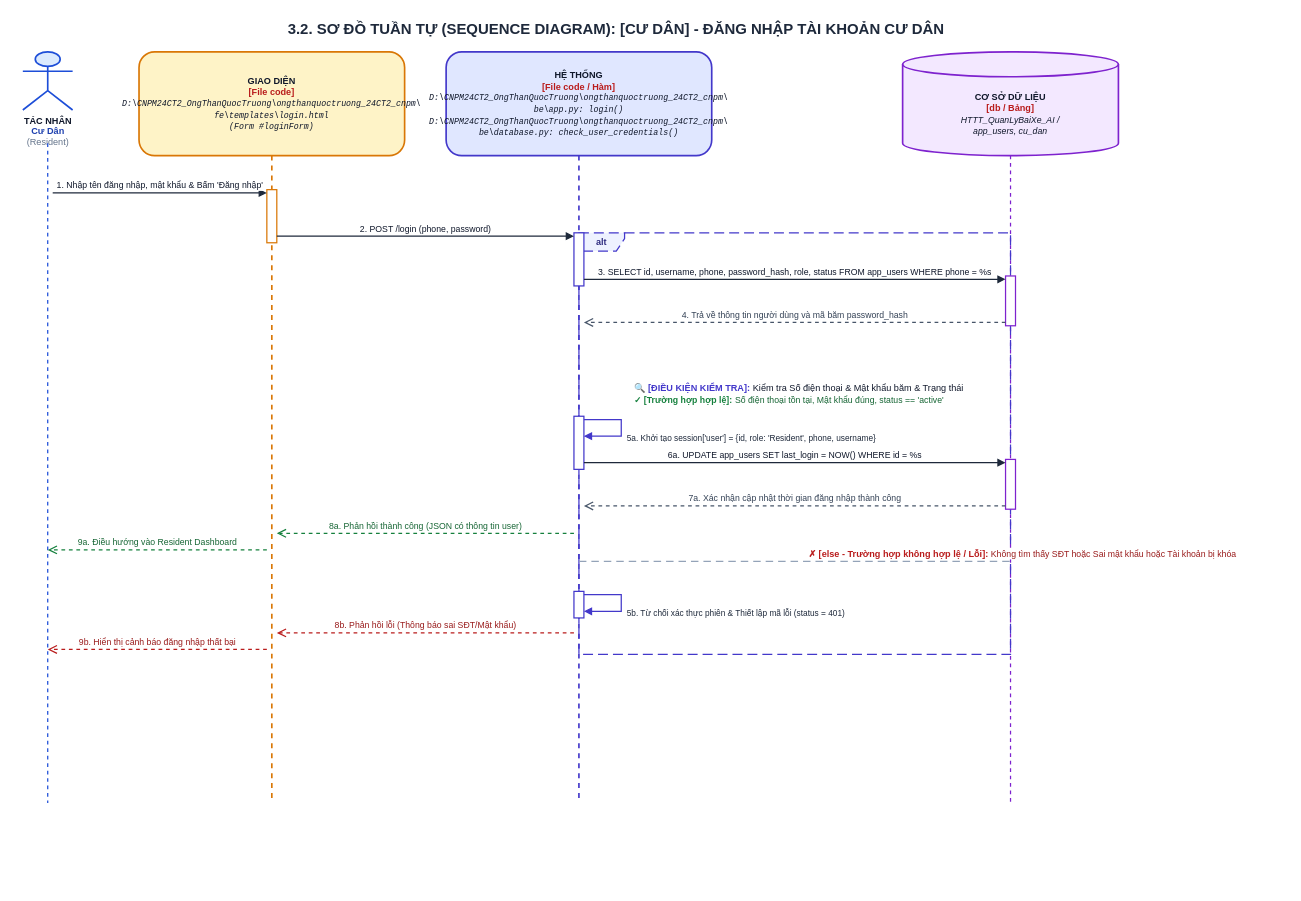
Above: ongthanquoctruong_24CT2_cnpm/docs/Tuần Tự/chức năng đăng nhập Người Dùng.drawio in Truong027/CNPM24 (draw.io), before the change. Source tidied: cells renumbered, new cells numbered last; positions are measured from the earlier drawing's top-left corner, leaving out a move shared by most shapes. Both pictures are drawn from the tidied source at 83%, with x=0, y=0 at pixel (14, 14).
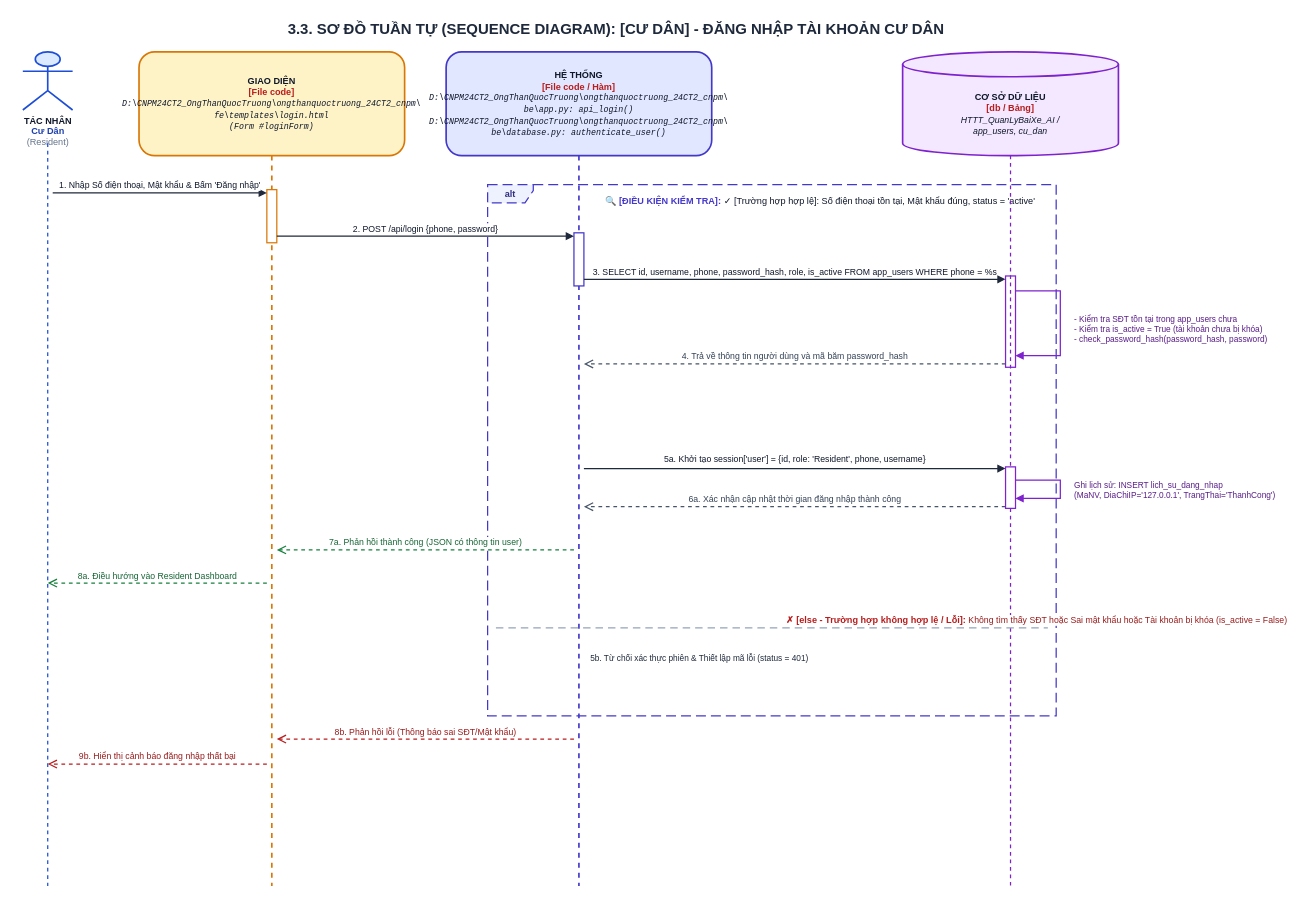
Above is the later version.

What changed in the source:
```diff
@@
-    <mxCell id="2" value="&lt;b&gt;3.2. SƠ ĐỒ TUẦN TỰ (SEQUENCE DIAGRAM): [CƯ DÂN] - ĐĂNG NHẬP TÀI KHOẢN CƯ DÂN&lt;/b&gt;" style="text;html=1;strokeColor=none;fillColor=none;align=center;verticalAlign=middle;whiteSpace=wrap;rounded=0;fontSize=18;fontColor=#1E293B;fontStyle=1;" parent="1" vertex="1">
-      <mxGeometry width="1450" height="35" as="geometry" />
-    </mxCell>
+    <mxCell id="30" value="&lt;b&gt;3.3. SƠ ĐỒ TUẦN TỰ (SEQUENCE DIAGRAM): [CƯ DÂN] - ĐĂNG NHẬP TÀI KHOẢN CƯ DÂN&lt;/b&gt;" style="text;html=1;strokeColor=none;fillColor=none;align=center;verticalAlign=middle;whiteSpace=wrap;rounded=0;fontSize=18;fontColor=#1E293B;fontStyle=1;" parent="1" vertex="1">
+      <mxGeometry width="1450" height="35" as="geometry" />
+    </mxCell>
@@
-    <mxCell id="4" style="endArrow=none;dashed=1;html=1;strokeWidth=1.5;strokeColor=#1D4ED8;" parent="1" edge="1">
-      <mxGeometry relative="1" as="geometry">
-        <mxPoint x="40" y="155" as="sourcePoint" />
-        <mxPoint x="40" y="950" as="targetPoint" />
-      </mxGeometry>
-    </mxCell>
+    <mxCell id="31" style="endArrow=none;dashed=1;html=1;strokeWidth=1.5;strokeColor=#1D4ED8;" parent="1" edge="1">
+      <mxGeometry relative="1" as="geometry">
+        <mxPoint x="40" y="155" as="sourcePoint" />
+        <mxPoint x="40" y="1050" as="targetPoint" />
+      </mxGeometry>
+    </mxCell>
     <mxCell id="5" value="&lt;b&gt;GIAO DIỆN&lt;/b&gt;&lt;br/&gt;&lt;font color='#B91C1C'&gt;&lt;b&gt;[File code]&lt;/b&gt;&lt;/font&gt;&lt;br/&gt;&lt;font style='font-size: 10px; font-family: Consolas, monospace;'&gt;&lt;i&gt;D:\CNPM24CT2_OngThanQuocTruong\ongthanquoctruong_24CT2_cnpm\&lt;br/&gt;fe\templates\login.html&lt;br/&gt;(Form #loginForm)&lt;/i&gt;&lt;/font&gt;" style="shape=umlLifeline;perimeter=lifelinePerimeter;whiteSpace=wrap;html=1;size=125;fillColor=#FEF3C7;strokeColor=#D97706;strokeWidth=2;fontColor=#0F172A;rounded=1;shadow=0;fontSize=11;align=center;" parent="1" vertex="1">
-      <mxGeometry x="150" y="45" width="320" height="905" as="geometry" />
+      <mxGeometry x="150" y="45" width="320" height="1005" as="geometry" />
     </mxCell>
-    <mxCell id="6" value="&lt;b&gt;HỆ THỐNG&lt;/b&gt;&lt;br/&gt;&lt;font color='#B91C1C'&gt;&lt;b&gt;[File code / Hàm]&lt;/b&gt;&lt;/font&gt;&lt;br/&gt;&lt;font style='font-size: 10px; font-family: Consolas, monospace;'&gt;&lt;i&gt;D:\CNPM24CT2_OngThanQuocTruong\ongthanquoctruong_24CT2_cnpm\&lt;br/&gt;be\app.py: login()&lt;br/&gt;D:\CNPM24CT2_OngThanQuocTruong\ongthanquoctruong_24CT2_cnpm\&lt;br/&gt;be\database.py: check_user_credentials()&lt;/i&gt;&lt;/font&gt;" style="shape=umlLifeline;perimeter=lifelinePerimeter;whiteSpace=wrap;html=1;size=125;fillColor=#E0E7FF;strokeColor=#4338CA;strokeWidth=2;fontColor=#0F172A;rounded=1;shadow=0;fontSize=11;align=center;" parent="1" vertex="1">
-      <mxGeometry x="520" y="45" width="320" height="905" as="geometry" />
-    </mxCell>
+    <mxCell id="29" value="9b. Hiển thị cảnh báo đăng nhập thất bại" style="html=1;verticalAlign=bottom;endArrow=open;dashed=1;endSize=8;rounded=0;strokeColor=#B91C1C;strokeWidth=1.5;fontColor=#991B1B;fontSize=10.5;" parent="5" edge="1">
+      <mxGeometry relative="1" as="geometry">
+        <mxPoint x="154" y="858" as="sourcePoint" />
+        <mxPoint x="-110" y="858" as="targetPoint" />
+      </mxGeometry>
+    </mxCell>
+    <mxCell id="32" value="&lt;b&gt;HỆ THỐNG&lt;/b&gt;&lt;br/&gt;&lt;font color='#B91C1C'&gt;&lt;b&gt;[File code / Hàm]&lt;/b&gt;&lt;/font&gt;&lt;br/&gt;&lt;font style='font-size: 10px; font-family: Consolas, monospace;'&gt;&lt;i&gt;D:\CNPM24CT2_OngThanQuocTruong\ongthanquoctruong_24CT2_cnpm\&lt;br/&gt;be\app.py: api_login()&lt;br/&gt;D:\CNPM24CT2_OngThanQuocTruong\ongthanquoctruong_24CT2_cnpm\&lt;br/&gt;be\database.py: authenticate_user()&lt;/i&gt;&lt;/font&gt;" style="shape=umlLifeline;perimeter=lifelinePerimeter;whiteSpace=wrap;html=1;size=125;fillColor=#E0E7FF;strokeColor=#4338CA;strokeWidth=2;fontColor=#0F172A;rounded=1;shadow=0;fontSize=11;align=center;" parent="1" vertex="1">
+      <mxGeometry x="520" y="45" width="320" height="1005" as="geometry" />
+    </mxCell>
+    <mxCell id="28" value="8b. Phản hồi lỗi (Thông báo sai SĐT/Mật khẩu)" style="html=1;verticalAlign=bottom;endArrow=open;dashed=1;endSize=8;rounded=0;strokeColor=#B91C1C;strokeWidth=1.5;fontColor=#991B1B;fontSize=10.5;" parent="32" edge="1">
+      <mxGeometry relative="1" as="geometry">
+        <mxPoint x="154" y="828" as="sourcePoint" />
+        <mxPoint x="-204" y="828" as="targetPoint" />
+      </mxGeometry>
+    </mxCell>
@@
-    <mxCell id="8" style="endArrow=none;dashed=1;html=1;strokeWidth=1.5;strokeColor=#7E22CE;" parent="1" edge="1">
-      <mxGeometry relative="1" as="geometry">
-        <mxPoint x="1200" y="170" as="sourcePoint" />
-        <mxPoint x="1200" y="950" as="targetPoint" />
-      </mxGeometry>
-    </mxCell>
+    <mxCell id="33" style="endArrow=none;dashed=1;html=1;strokeWidth=1.5;strokeColor=#7E22CE;" parent="1" edge="1" source="46">
+      <mxGeometry relative="1" as="geometry">
+        <mxPoint x="1200" y="1050" as="targetPoint" />
+      </mxGeometry>
+    </mxCell>
     <mxCell id="9" value="&lt;b&gt;alt&lt;/b&gt;" style="shape=umlFrame;whiteSpace=wrap;html=1;width=55;height=22;dashed=1;dashPattern=8 4;strokeColor=#4338CA;fillColor=#EEF2FF;strokeWidth=1.5;align=center;verticalAlign=middle;fontStyle=1;fontSize=11;fontColor=#312E81;" parent="1" vertex="1">
-      <mxGeometry x="680" y="263" width="520" height="508" as="geometry" />
+      <mxGeometry x="570" y="205" width="685" height="640" as="geometry" />
     </mxCell>
-    <mxCell id="10" value="&lt;b&gt;&lt;font color='#4338CA' style='font-size: 11px;'&gt;🔍 [ĐIỀU KIỆN KIỂM TRA]:&lt;/font&gt;&lt;/b&gt; &lt;font color='#0F172A' style='font-size: 11px;'&gt;Kiểm tra Số điện thoại &amp; Mật khẩu băm &amp; Trạng thái&lt;/font&gt;&lt;br/&gt;&lt;b&gt;&lt;font color='#15803D' style='font-size: 10.5px;'&gt;✓ [Trường hợp hợp lệ]:&lt;/font&gt;&lt;/b&gt; &lt;font color='#166534' style='font-size: 10.5px;'&gt;Số điện thoại tồn tại, Mật khẩu đúng, status == 'active'&lt;/font&gt;" style="text;html=1;strokeColor=none;fillColor=none;align=left;verticalAlign=top;whiteSpace=wrap;rounded=0;" parent="1" vertex="1">
-      <mxGeometry x="745" y="436" width="445" height="36" as="geometry" />
-    </mxCell>
-    <mxCell id="11" value="&lt;b&gt;&lt;font color='#B91C1C' style='font-size: 11px;'&gt;✗ [else - Trường hợp không hợp lệ / Lỗi]:&lt;/font&gt;&lt;/b&gt; &lt;font color='#991B1B' style='font-size: 10.5px;'&gt;Không tìm thấy SĐT hoặc Sai mật khẩu hoặc Tài khoản bị khóa&lt;/font&gt;" style="html=1;strokeWidth=1.5;strokeColor=#94A3B8;dashed=1;dashPattern=6 4;endArrow=none;align=left;verticalAlign=bottom;spacingLeft=15;" parent="1" edge="1">
-      <mxGeometry relative="1" as="geometry">
-        <mxPoint x="680" y="659" as="sourcePoint" />
-        <mxPoint x="1200" y="659" as="targetPoint" />
-      </mxGeometry>
-    </mxCell>
+    <mxCell id="34" value="&lt;b&gt;&lt;font color='#4338CA' style='font-size: 11px;'&gt;🔍 [ĐIỀU KIỆN KIỂM TRA]:&lt;/font&gt;&lt;/b&gt; &lt;font color='#0F172A' style='font-size: 11px;'&gt;✓ [Trường hợp hợp lệ]: Số điện thoại tồn tại, Mật khẩu đúng, status = 'active'&lt;/font&gt;" style="text;html=1;strokeColor=none;fillColor=none;align=left;verticalAlign=top;whiteSpace=wrap;rounded=0;" parent="1" vertex="1">
+      <mxGeometry x="710" y="211" width="540" height="24" as="geometry" />
+    </mxCell>
+    <mxCell id="35" value="&lt;b&gt;&lt;font color='#B91C1C' style='font-size: 11px;'&gt;✗ [else - Trường hợp không hợp lệ / Lỗi]:&lt;/font&gt;&lt;/b&gt; &lt;font color='#991B1B' style='font-size: 10.5px;'&gt;Không tìm thấy SĐT hoặc Sai mật khẩu hoặc Tài khoản bị khóa (is_active = False)&lt;/font&gt;" style="html=1;strokeWidth=1.5;strokeColor=#94A3B8;dashed=1;dashPattern=6 4;endArrow=none;align=left;verticalAlign=bottom;spacingLeft=15;" parent="1" edge="1">
+      <mxGeometry relative="1" as="geometry">
+        <mxPoint x="580" y="739" as="sourcePoint" />
+        <mxPoint x="1245" y="739" as="targetPoint" />
+      </mxGeometry>
+    </mxCell>
@@
-    <mxCell id="14" style="html=1;perimeter=orthogonalPerimeter;targetShapes=umlLifeline;topToBottom=1;fillColor=#FFFFFF;strokeColor=#4338CA;strokeWidth=1.5;rounded=0;" parent="1" vertex="1">
-      <mxGeometry x="674" y="484" width="12" height="64" as="geometry" />
-    </mxCell>
-    <mxCell id="15" style="html=1;perimeter=orthogonalPerimeter;targetShapes=umlLifeline;topToBottom=1;fillColor=#FFFFFF;strokeColor=#4338CA;strokeWidth=1.5;rounded=0;" parent="1" vertex="1">
-      <mxGeometry x="674" y="695" width="12" height="32" as="geometry" />
-    </mxCell>
-    <mxCell id="16" style="html=1;perimeter=orthogonalPerimeter;targetShapes=umlLifeline;topToBottom=1;fillColor=#FFFFFF;strokeColor=#7E22CE;strokeWidth=1.5;rounded=0;" parent="1" vertex="1">
-      <mxGeometry x="1194" y="315" width="12" height="60" as="geometry" />
-    </mxCell>
-    <mxCell id="17" style="html=1;perimeter=orthogonalPerimeter;targetShapes=umlLifeline;topToBottom=1;fillColor=#FFFFFF;strokeColor=#7E22CE;strokeWidth=1.5;rounded=0;" parent="1" vertex="1">
-      <mxGeometry x="1194" y="536" width="12" height="60" as="geometry" />
-    </mxCell>
-    <mxCell id="18" value="1. Nhập tên đăng nhập, mật khẩu &amp; Bấm 'Đăng nhập'" style="html=1;verticalAlign=bottom;endArrow=block;rounded=0;strokeColor=#1E293B;strokeWidth=1.5;fontColor=#0F172A;fontSize=10.5;" parent="1" edge="1">
-      <mxGeometry relative="1" as="geometry">
-        <mxPoint x="46" y="215" as="sourcePoint" />
-        <mxPoint x="304" y="215" as="targetPoint" />
-      </mxGeometry>
-    </mxCell>
-    <mxCell id="19" value="2. POST /login (phone, password)" style="html=1;verticalAlign=bottom;endArrow=block;rounded=0;strokeColor=#1E293B;strokeWidth=1.5;fontColor=#0F172A;fontSize=10.5;" parent="1" edge="1">
-      <mxGeometry relative="1" as="geometry">
-        <mxPoint x="316" y="267" as="sourcePoint" />
-        <mxPoint x="674" y="267" as="targetPoint" />
-      </mxGeometry>
-    </mxCell>
-    <mxCell id="20" value="3. SELECT id, username, phone, password_hash, role, status FROM app_users WHERE phone = %s" style="html=1;verticalAlign=bottom;endArrow=block;rounded=0;strokeColor=#1E293B;strokeWidth=1.5;fontColor=#0F172A;fontSize=10.5;" parent="1" edge="1">
-      <mxGeometry relative="1" as="geometry">
-        <mxPoint x="686" y="319" as="sourcePoint" />
-        <mxPoint x="1194" y="319" as="targetPoint" />
-      </mxGeometry>
-    </mxCell>
+    <mxCell id="36" style="html=1;perimeter=orthogonalPerimeter;targetShapes=umlLifeline;topToBottom=1;fillColor=#FFFFFF;strokeColor=#7E22CE;strokeWidth=1.5;rounded=0;" parent="1" vertex="1">
+      <mxGeometry x="1194" y="315" width="12" height="110" as="geometry" />
+    </mxCell>
+    <mxCell id="37" value="- Kiểm tra SĐT tồn tại trong app_users chưa&lt;br/&gt;- Kiểm tra is_active = True (tài khoản chưa bị khóa)&lt;br/&gt;- check_password_hash(password_hash, password)" style="html=1;align=left;spacingLeft=5;verticalAlign=top;endArrow=block;rounded=0;edgeStyle=orthogonalEdgeStyle;curved=0;strokeColor=#7E22CE;strokeWidth=1.5;fontColor=#581C87;fontSize=10;exitX=1;exitY=0.3;exitDx=0;exitDy=0;entryX=1;entryY=0.7;entryDx=0;entryDy=0;" parent="1" edge="1">
+      <mxGeometry x="-0.18" y="10" relative="1" as="geometry">
+        <mxPoint x="1206" y="333" as="sourcePoint" />
+        <mxPoint x="1206" y="411" as="targetPoint" />
+        <Array as="points">
+          <mxPoint x="1260" y="333" />
+          <mxPoint x="1260" y="411" />
+        </Array>
+      </mxGeometry>
+    </mxCell>
+    <mxCell id="38" value="Ghi lịch sử: INSERT lich_su_dang_nhap&lt;br/&gt;(MaNV, DiaChiIP='127.0.0.1', TrangThai='ThanhCong')" style="html=1;align=left;spacingLeft=5;verticalAlign=top;endArrow=block;rounded=0;edgeStyle=orthogonalEdgeStyle;curved=0;strokeColor=#7E22CE;strokeWidth=1.5;fontColor=#581C87;fontSize=10;exitX=1;exitY=0.3;exitDx=0;exitDy=0;entryX=1;entryY=0.7;entryDx=0;entryDy=0;" parent="1" edge="1">
+      <mxGeometry x="-0.17" y="12" relative="1" as="geometry">
+        <mxPoint x="1206" y="561" as="sourcePoint" />
+        <mxPoint x="1206" y="583" as="targetPoint" />
+        <Array as="points">
+          <mxPoint x="1260" y="561" />
+          <mxPoint x="1260" y="583" />
+        </Array>
+        <mxPoint x="-2" y="-6" as="offset" />
+      </mxGeometry>
+    </mxCell>
+    <mxCell id="39" value="1. Nhập Số điện thoại, Mật khẩu &amp; Bấm 'Đăng nhập'" style="html=1;verticalAlign=bottom;endArrow=block;rounded=0;strokeColor=#1E293B;strokeWidth=1.5;fontColor=#0F172A;fontSize=10.5;" parent="1" edge="1">
+      <mxGeometry relative="1" as="geometry">
+        <mxPoint x="46" y="215" as="sourcePoint" />
+        <mxPoint x="304" y="215" as="targetPoint" />
+      </mxGeometry>
+    </mxCell>
+    <mxCell id="40" value="2. POST /api/login  {phone, password}" style="html=1;verticalAlign=bottom;endArrow=block;rounded=0;strokeColor=#1E293B;strokeWidth=1.5;fontColor=#0F172A;fontSize=10.5;" parent="1" edge="1">
+      <mxGeometry relative="1" as="geometry">
+        <mxPoint x="316" y="267" as="sourcePoint" />
+        <mxPoint x="674" y="267" as="targetPoint" />
+      </mxGeometry>
+    </mxCell>
+    <mxCell id="41" value="3. SELECT id, username, phone, password_hash, role, is_active FROM app_users WHERE phone = %s" style="html=1;verticalAlign=bottom;endArrow=block;rounded=0;strokeColor=#1E293B;strokeWidth=1.5;fontColor=#0F172A;fontSize=10.5;" parent="1" edge="1">
+      <mxGeometry relative="1" as="geometry">
+        <mxPoint x="686" y="319" as="sourcePoint" />
+        <mxPoint x="1194" y="319" as="targetPoint" />
+      </mxGeometry>
+    </mxCell>
     <mxCell id="21" value="4. Trả về thông tin người dùng và mã băm password_hash" style="html=1;verticalAlign=bottom;endArrow=open;dashed=1;endSize=8;rounded=0;strokeColor=#475569;strokeWidth=1.5;fontColor=#334155;fontSize=10.5;" parent="1" edge="1">
       <mxGeometry relative="1" as="geometry">
-        <mxPoint x="1194" y="371" as="sourcePoint" />
-        <mxPoint x="686" y="371" as="targetPoint" />
+        <mxPoint x="1194" y="421" as="sourcePoint" />
+        <mxPoint x="686" y="421" as="targetPoint" />
       </mxGeometry>
     </mxCell>
-    <mxCell id="22" value="5a. Khởi tạo session['user'] = {id, role: 'Resident', phone, username}" style="html=1;align=left;spacingLeft=5;verticalAlign=top;endArrow=block;rounded=0;edgeStyle=orthogonalEdgeStyle;curved=0;strokeColor=#4338CA;strokeWidth=1.5;fontColor=#1E293B;fontSize=10;" parent="1" edge="1">
-      <mxGeometry relative="1" as="geometry">
-        <mxPoint x="686" y="488" as="sourcePoint" />
-        <mxPoint x="686" y="508" as="targetPoint" />
-        <Array as="points">
-          <mxPoint x="731" y="488" />
-          <mxPoint x="731" y="508" />
-        </Array>
+    <mxCell id="22" value="5a. Khởi tạo session['user'] = {id, role: 'Resident', phone, username}" style="html=1;verticalAlign=bottom;endArrow=block;rounded=0;strokeColor=#1E293B;strokeWidth=1.5;fontColor=#0F172A;fontSize=10.5;" parent="1" edge="1">
+      <mxGeometry y="2" relative="1" as="geometry">
+        <mxPoint x="686" y="547" as="sourcePoint" />
+        <mxPoint x="1194" y="547" as="targetPoint" />
       </mxGeometry>
     </mxCell>
-    <mxCell id="23" value="6a. UPDATE app_users SET last_login = NOW() WHERE id = %s" style="html=1;verticalAlign=bottom;endArrow=block;rounded=0;strokeColor=#1E293B;strokeWidth=1.5;fontColor=#0F172A;fontSize=10.5;" parent="1" edge="1">
-      <mxGeometry relative="1" as="geometry">
-        <mxPoint x="686" y="540" as="sourcePoint" />
-        <mxPoint x="1194" y="540" as="targetPoint" />
-      </mxGeometry>
-    </mxCell>
-    <mxCell id="24" value="7a. Xác nhận cập nhật thời gian đăng nhập thành công" style="html=1;verticalAlign=bottom;endArrow=open;dashed=1;endSize=8;rounded=0;strokeColor=#475569;strokeWidth=1.5;fontColor=#334155;fontSize=10.5;" parent="1" edge="1">
-      <mxGeometry relative="1" as="geometry">
-        <mxPoint x="1194" y="592" as="sourcePoint" />
-        <mxPoint x="686" y="592" as="targetPoint" />
-      </mxGeometry>
-    </mxCell>
+    <mxCell id="42" value="6a. Xác nhận cập nhật thời gian đăng nhập thành công" style="html=1;verticalAlign=bottom;endArrow=open;dashed=1;endSize=8;rounded=0;strokeColor=#475569;strokeWidth=1.5;fontColor=#334155;fontSize=10.5;" parent="1" edge="1">
+      <mxGeometry relative="1" as="geometry">
+        <mxPoint x="1194" y="593" as="sourcePoint" />
+        <mxPoint x="686" y="593" as="targetPoint" />
+      </mxGeometry>
+    </mxCell>
+    <mxCell id="43" value="7a. Phản hồi thành công (JSON có thông tin user)" style="html=1;verticalAlign=bottom;endArrow=open;dashed=1;endSize=8;rounded=0;strokeColor=#15803D;strokeWidth=1.5;fontColor=#166534;fontSize=10.5;" parent="1" edge="1">
+      <mxGeometry relative="1" as="geometry">
+        <mxPoint x="674" y="645" as="sourcePoint" />
+        <mxPoint x="316" y="645" as="targetPoint" />
+      </mxGeometry>
+    </mxCell>
+    <mxCell id="44" value="8a. Điều hướng vào Resident Dashboard" style="html=1;verticalAlign=bottom;endArrow=open;dashed=1;endSize=8;rounded=0;strokeColor=#15803D;strokeWidth=1.5;fontColor=#166534;fontSize=10.5;" parent="1" edge="1">
+      <mxGeometry relative="1" as="geometry">
+        <mxPoint x="304" y="685" as="sourcePoint" />
+        <mxPoint x="40" y="685" as="targetPoint" />
+      </mxGeometry>
+    </mxCell>
-    <mxCell id="25" value="5b. Từ chối xác thực phiên &amp; Thiết lập mã lỗi (status = 401)" style="html=1;align=left;spacingLeft=5;verticalAlign=top;endArrow=block;rounded=0;edgeStyle=orthogonalEdgeStyle;curved=0;strokeColor=#4338CA;strokeWidth=1.5;fontColor=#1E293B;fontSize=10;" parent="1" edge="1">
-      <mxGeometry relative="1" as="geometry">
-        <mxPoint x="686" y="699" as="sourcePoint" />
-        <mxPoint x="686" y="719" as="targetPoint" />
-        <Array as="points">
-          <mxPoint x="731" y="699" />
-          <mxPoint x="731" y="719" />
-        </Array>
-      </mxGeometry>
+    <mxCell id="25" value="5b. Từ chối xác thực phiên &amp; Thiết lập mã lỗi (status = 401)" style="text;html=1;strokeColor=none;fillColor=none;align=left;verticalAlign=middle;whiteSpace=wrap;rounded=0;fontSize=10;fontColor=#1E293B;" parent="1" vertex="1">
+      <mxGeometry x="692" y="761" width="360" height="28" as="geometry" />
     </mxCell>
-    <mxCell id="26" value="8a. Phản hồi thành công (JSON có thông tin user)" style="html=1;verticalAlign=bottom;endArrow=open;dashed=1;endSize=8;rounded=0;strokeColor=#15803D;strokeWidth=1.5;fontColor=#166534;fontSize=10.5;" parent="1" edge="1">
-      <mxGeometry relative="1" as="geometry">
-        <mxPoint x="674" y="625" as="sourcePoint" />
-        <mxPoint x="316" y="625" as="targetPoint" />
-      </mxGeometry>
-    </mxCell>
-    <mxCell id="27" value="9a. Điều hướng vào Resident Dashboard" style="html=1;verticalAlign=bottom;endArrow=open;dashed=1;endSize=8;rounded=0;strokeColor=#15803D;strokeWidth=1.5;fontColor=#166534;fontSize=10.5;" parent="1" edge="1">
-      <mxGeometry relative="1" as="geometry">
-        <mxPoint x="304" y="645" as="sourcePoint" />
-        <mxPoint x="40" y="645" as="targetPoint" />
-      </mxGeometry>
-    </mxCell>
-    <mxCell id="28" value="8b. Phản hồi lỗi (Thông báo sai SĐT/Mật khẩu)" style="html=1;verticalAlign=bottom;endArrow=open;dashed=1;endSize=8;rounded=0;strokeColor=#B91C1C;strokeWidth=1.5;fontColor=#991B1B;fontSize=10.5;" parent="1" edge="1">
-      <mxGeometry relative="1" as="geometry">
-        <mxPoint x="674" y="745" as="sourcePoint" />
-        <mxPoint x="316" y="745" as="targetPoint" />
-      </mxGeometry>
-    </mxCell>
-    <mxCell id="29" value="9b. Hiển thị cảnh báo đăng nhập thất bại" style="html=1;verticalAlign=bottom;endArrow=open;dashed=1;endSize=8;rounded=0;strokeColor=#B91C1C;strokeWidth=1.5;fontColor=#991B1B;fontSize=10.5;" parent="1" edge="1">
-      <mxGeometry relative="1" as="geometry">
-        <mxPoint x="304" y="765" as="sourcePoint" />
-        <mxPoint x="40" y="765" as="targetPoint" />
-      </mxGeometry>
-    </mxCell>
+    <mxCell id="45" style="endArrow=none;dashed=1;html=1;strokeWidth=1.5;strokeColor=#7E22CE;" parent="1" edge="1" target="46">
+      <mxGeometry relative="1" as="geometry">
+        <mxPoint x="1200" y="170" as="sourcePoint" />
+      </mxGeometry>
+    </mxCell>
+    <mxCell id="46" style="html=1;points=[];perimeter=orthogonalPerimeter;outlineConnect=0;targetShapes=umlLifeline;portConstraint=eastwest;topToBottom=1;fillColor=#FFFFFF;strokeColor=#7E22CE;strokeWidth=1.5;rounded=0;" parent="1" vertex="1">
+      <mxGeometry x="1194" y="545" width="12" height="50" as="geometry" />
+    </mxCell>
```
